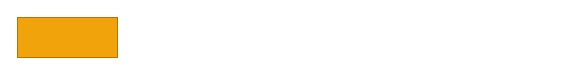
Above: Diagrama sin título.drawio in Bryanliinaress/BADAT (draw.io), before the change. Source tidied: cells renumbered, new cells numbered last; positions are measured from the earlier drawing's top-left corner, leaving out a move shared by most shapes. Both pictures are drawn from the tidied source at 100%, with x=0, y=0 at pixel (17, 17).
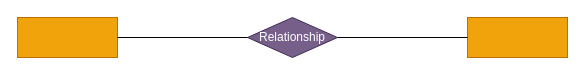
The same page after the edit.

Change to the diagram source:
```diff
@@
 <mxGraphModel>
   <root>
     <mxCell id="0" />
     <mxCell id="1" parent="0" />
     <mxCell id="2" style="whiteSpace=wrap;html=1;align=center;fillColor=#f0a30a;strokeColor=#BD7000;fontColor=#000000;" parent="1" vertex="1">
       <mxGeometry width="100" height="40" as="geometry" />
     </mxCell>
+    <mxCell id="3" value="Relationship" style="shape=rhombus;perimeter=rhombusPerimeter;whiteSpace=wrap;html=1;align=center;fillColor=#76608a;fontColor=#ffffff;strokeColor=#432D57;" parent="1" vertex="1">
+      <mxGeometry x="230" width="90" height="40" as="geometry" />
+    </mxCell>
+    <mxCell id="4" style="whiteSpace=wrap;html=1;align=center;fillColor=#f0a30a;strokeColor=#BD7000;fontColor=#000000;" parent="1" vertex="1">
+      <mxGeometry x="450" width="100" height="40" as="geometry" />
+    </mxCell>
+    <mxCell id="5" style="line;strokeWidth=1;dashed=0;labelPosition=right;align=left;verticalAlign=middle;spacingTop=0;spacingLeft=6;" parent="1" vertex="1">
+      <mxGeometry x="100" y="15" width="130" height="10" as="geometry" />
+    </mxCell>
+    <mxCell id="6" style="line;strokeWidth=1;dashed=0;labelPosition=right;align=left;verticalAlign=middle;spacingTop=0;spacingLeft=6;" parent="1" vertex="1">
+      <mxGeometry x="320" y="15" width="130" height="10" as="geometry" />
+    </mxCell>
   </root>
 </mxGraphModel>
```
